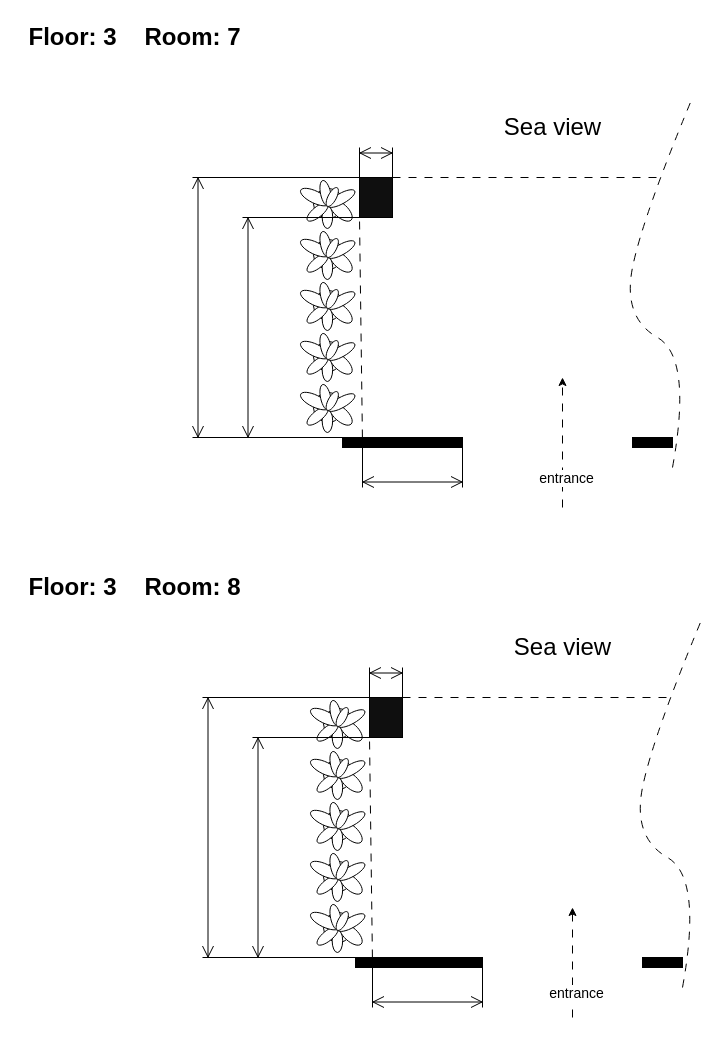
Before: Room 7-8.drawio in hdghg/heaven-balcony, a draw.io diagram. Source tidied: cells renumbered, new cells numbered last; positions are measured from the earlier drawing's top-left corner, leaving out a move shared by most shapes. Both pictures are drawn from the tidied source at 100%, with x=0, y=0 at pixel (22, 17).
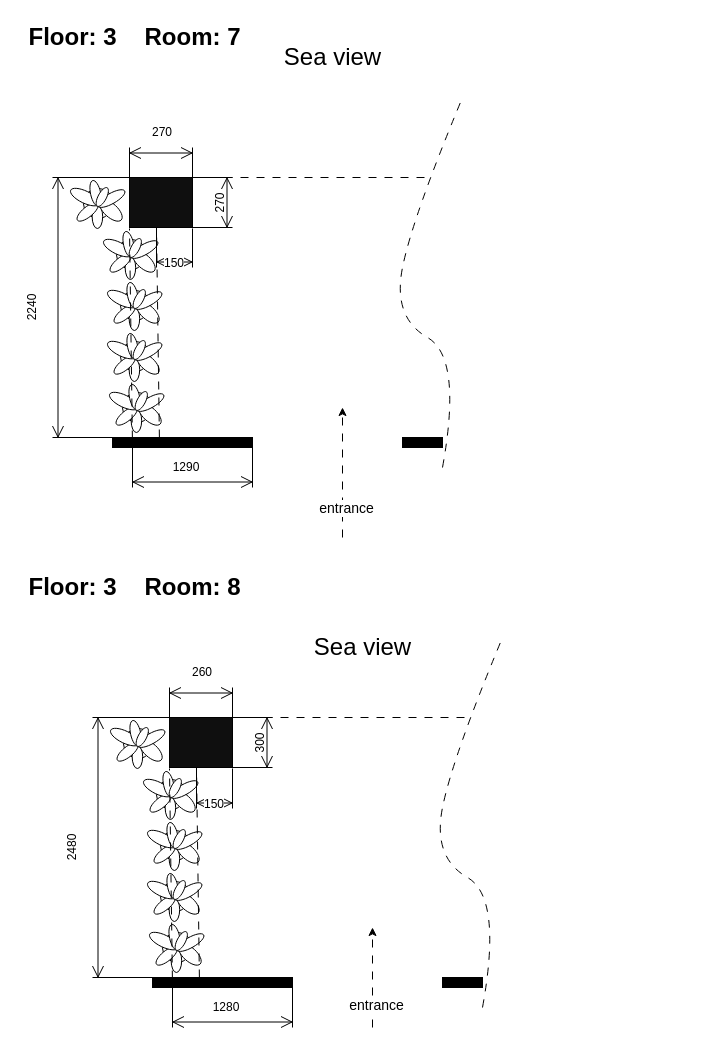
After the change.

Diff of the diagram source:
```diff
@@
-    <mxCell id="4" style="verticalLabelPosition=bottom;html=1;verticalAlign=top;align=center;shape=mxgraph.floorplan.plant;" parent="1" vertex="1">
-      <mxGeometry x="280" y="160" width="47" height="51" as="geometry" />
-    </mxCell>
-    <mxCell id="5" style="verticalLabelPosition=bottom;html=1;verticalAlign=top;align=center;shape=mxgraph.floorplan.wall;fillColor=strokeColor;" parent="1" vertex="1">
-      <mxGeometry x="610" y="420" width="40" height="10" as="geometry" />
-    </mxCell>
-    <mxCell id="6" style="verticalLabelPosition=bottom;html=1;verticalAlign=top;align=center;shape=mxgraph.floorplan.plant;" parent="1" vertex="1">
-      <mxGeometry x="280" y="262" width="47" height="51" as="geometry" />
-    </mxCell>
-    <mxCell id="7" style="verticalLabelPosition=bottom;html=1;verticalAlign=top;align=center;shape=mxgraph.floorplan.plant;" parent="1" vertex="1">
-      <mxGeometry x="280" y="211" width="47" height="51" as="geometry" />
-    </mxCell>
-    <mxCell id="8" style="verticalLabelPosition=bottom;html=1;verticalAlign=top;align=center;shape=mxgraph.floorplan.plant;" parent="1" vertex="1">
-      <mxGeometry x="280" y="313" width="47" height="51" as="geometry" />
-    </mxCell>
-    <mxCell id="9" style="verticalLabelPosition=bottom;html=1;verticalAlign=top;align=center;shape=mxgraph.floorplan.wall;fillColor=strokeColor;" parent="1" vertex="1">
-      <mxGeometry x="320" y="420" width="120" height="10" as="geometry" />
-    </mxCell>
-    <mxCell id="10" style="verticalLabelPosition=bottom;html=1;verticalAlign=top;align=center;shape=mxgraph.floorplan.plant;" parent="1" vertex="1">
-      <mxGeometry x="280" y="364" width="47" height="51" as="geometry" />
-    </mxCell>
-    <mxCell id="11" style="rounded=0;whiteSpace=wrap;html=1;fillColor=#0F0F0F;" parent="1" vertex="1">
-      <mxGeometry x="337" y="160" width="33" height="40" as="geometry" />
-    </mxCell>
-    <mxCell id="12" value="Sea view" style="text;strokeColor=none;fillColor=none;html=1;fontSize=24;fontStyle=0;verticalAlign=middle;align=center;" parent="1" vertex="1">
-      <mxGeometry x="480" y="90" width="100" height="40" as="geometry" />
-    </mxCell>
-    <mxCell id="13" style="endArrow=classic;html=1;rounded=0;dashed=1;dashPattern=8 8;" parent="1" edge="1">
-      <mxGeometry relative="1" as="geometry">
-        <mxPoint x="540" y="490" as="sourcePoint" />
-        <mxPoint x="540" y="360" as="targetPoint" />
-      </mxGeometry>
-    </mxCell>
-    <mxCell id="14" value="entrance" style="edgeLabel;html=1;align=center;verticalAlign=middle;fontSize=14;" parent="13" vertex="1">
-      <mxGeometry x="-0.54" y="-3" relative="1" as="geometry" />
-    </mxCell>
-    <mxCell id="15" style="shape=dimension;direction=south;whiteSpace=wrap;html=1;align=left;points=[];verticalAlign=middle;labelBackgroundColor=#ffffff;fillColor=#0F0F0F;" parent="1" vertex="1">
-      <mxGeometry x="170" y="160" width="180" height="260" as="geometry" />
-    </mxCell>
-    <mxCell id="16" style="shape=dimension;direction=west;whiteSpace=wrap;html=1;align=center;verticalAlign=top;spacingTop=-8;labelBackgroundColor=#ffffff;fillColor=#0F0F0F;" parent="1" vertex="1">
-      <mxGeometry x="337" y="130" width="33" height="30" as="geometry" />
-    </mxCell>
-    <mxCell id="17" style="endArrow=none;dashed=1;html=1;rounded=0;dashPattern=8 8;exitX=1;exitY=0;exitDx=0;exitDy=0;" parent="1" edge="1" source="11">
-      <mxGeometry relative="1" as="geometry">
-        <mxPoint x="640" y="160" as="targetPoint" />
-      </mxGeometry>
-    </mxCell>
-    <mxCell id="18" style="endArrow=none;dashed=1;html=1;rounded=0;dashPattern=8 8;entryX=0;entryY=1;entryDx=0;entryDy=0;exitX=1;exitY=0.056;exitDx=0;exitDy=0;exitPerimeter=0;" parent="1" edge="1" source="15" target="11">
-      <mxGeometry relative="1" as="geometry" />
-    </mxCell>
-    <mxCell id="19" style="curved=1;endArrow=none;html=1;rounded=0;dashed=1;dashPattern=8 8;strokeColor=default;endFill=0;" parent="1" edge="1">
-      <mxGeometry relative="1" as="geometry">
-        <mxPoint x="650" y="450" as="sourcePoint" />
-        <mxPoint x="670" y="80" as="targetPoint" />
-        <Array as="points">
-          <mxPoint x="670" y="340" />
-          <mxPoint x="600" y="300" />
-          <mxPoint x="620" y="200" />
-        </Array>
-      </mxGeometry>
-    </mxCell>
-    <mxCell id="20" style="verticalLabelPosition=bottom;html=1;verticalAlign=top;align=center;shape=mxgraph.floorplan.plant;" parent="1" vertex="1">
-      <mxGeometry x="290" y="680" width="47" height="51" as="geometry" />
-    </mxCell>
-    <mxCell id="21" style="verticalLabelPosition=bottom;html=1;verticalAlign=top;align=center;shape=mxgraph.floorplan.wall;fillColor=strokeColor;" parent="1" vertex="1">
-      <mxGeometry x="620" y="940" width="40" height="10" as="geometry" />
-    </mxCell>
-    <mxCell id="22" style="verticalLabelPosition=bottom;html=1;verticalAlign=top;align=center;shape=mxgraph.floorplan.plant;" parent="1" vertex="1">
-      <mxGeometry x="290" y="782" width="47" height="51" as="geometry" />
-    </mxCell>
-    <mxCell id="23" style="verticalLabelPosition=bottom;html=1;verticalAlign=top;align=center;shape=mxgraph.floorplan.plant;" parent="1" vertex="1">
-      <mxGeometry x="290" y="731" width="47" height="51" as="geometry" />
-    </mxCell>
-    <mxCell id="24" style="verticalLabelPosition=bottom;html=1;verticalAlign=top;align=center;shape=mxgraph.floorplan.plant;" parent="1" vertex="1">
-      <mxGeometry x="290" y="833" width="47" height="51" as="geometry" />
-    </mxCell>
-    <mxCell id="25" style="verticalLabelPosition=bottom;html=1;verticalAlign=top;align=center;shape=mxgraph.floorplan.wall;fillColor=strokeColor;" parent="1" vertex="1">
-      <mxGeometry x="333" y="940" width="127" height="10" as="geometry" />
-    </mxCell>
-    <mxCell id="26" style="verticalLabelPosition=bottom;html=1;verticalAlign=top;align=center;shape=mxgraph.floorplan.plant;" parent="1" vertex="1">
-      <mxGeometry x="290" y="884" width="47" height="51" as="geometry" />
-    </mxCell>
-    <mxCell id="27" style="rounded=0;whiteSpace=wrap;html=1;fillColor=#0F0F0F;" parent="1" vertex="1">
-      <mxGeometry x="347" y="680" width="33" height="40" as="geometry" />
-    </mxCell>
-    <mxCell id="28" value="Sea view" style="text;strokeColor=none;fillColor=none;html=1;fontSize=24;fontStyle=0;verticalAlign=middle;align=center;" parent="1" vertex="1">
-      <mxGeometry x="490" y="610" width="100" height="40" as="geometry" />
-    </mxCell>
-    <mxCell id="29" style="endArrow=classic;html=1;rounded=0;dashed=1;dashPattern=8 8;" parent="1" edge="1">
-      <mxGeometry relative="1" as="geometry">
-        <mxPoint x="550" y="1000" as="sourcePoint" />
-        <mxPoint x="550" y="890" as="targetPoint" />
-      </mxGeometry>
-    </mxCell>
-    <mxCell id="30" value="entrance" style="edgeLabel;html=1;align=center;verticalAlign=middle;fontSize=14;" parent="29" vertex="1">
-      <mxGeometry x="-0.54" y="-3" relative="1" as="geometry" />
-    </mxCell>
-    <mxCell id="31" style="shape=dimension;direction=south;whiteSpace=wrap;html=1;align=left;points=[];verticalAlign=middle;labelBackgroundColor=#ffffff;fillColor=#0F0F0F;" parent="1" vertex="1">
-      <mxGeometry x="180" y="680" width="180" height="260" as="geometry" />
-    </mxCell>
-    <mxCell id="32" style="shape=dimension;direction=south;whiteSpace=wrap;html=1;align=left;verticalAlign=middle;labelBackgroundColor=#ffffff;fillColor=#0F0F0F;" parent="1" vertex="1">
-      <mxGeometry x="230" y="720" width="120" height="220" as="geometry" />
-    </mxCell>
-    <mxCell id="33" style="shape=dimension;direction=west;whiteSpace=wrap;html=1;align=center;verticalAlign=top;spacingTop=-8;labelBackgroundColor=#ffffff;fillColor=#0F0F0F;" parent="1" vertex="1">
-      <mxGeometry x="347" y="650" width="33" height="30" as="geometry" />
-    </mxCell>
-    <mxCell id="34" style="endArrow=none;dashed=1;html=1;rounded=0;dashPattern=8 8;exitX=1;exitY=0;exitDx=0;exitDy=0;" parent="1" edge="1" source="27">
-      <mxGeometry relative="1" as="geometry">
-        <mxPoint x="650" y="680" as="targetPoint" />
-      </mxGeometry>
-    </mxCell>
-    <mxCell id="35" style="endArrow=none;dashed=1;html=1;rounded=0;dashPattern=8 8;entryX=0;entryY=1;entryDx=0;entryDy=0;exitX=1;exitY=0.056;exitDx=0;exitDy=0;exitPerimeter=0;" parent="1" edge="1" source="31" target="27">
-      <mxGeometry relative="1" as="geometry" />
-    </mxCell>
-    <mxCell id="36" style="curved=1;endArrow=none;html=1;rounded=0;dashed=1;dashPattern=8 8;strokeColor=default;endFill=0;" parent="1" edge="1">
-      <mxGeometry relative="1" as="geometry">
-        <mxPoint x="660" y="970" as="sourcePoint" />
-        <mxPoint x="680" y="600" as="targetPoint" />
-        <Array as="points">
-          <mxPoint x="680" y="860" />
-          <mxPoint x="610" y="820" />
-          <mxPoint x="630" y="720" />
-        </Array>
-      </mxGeometry>
-    </mxCell>
@@
-    <mxCell id="39" style="shape=dimension;whiteSpace=wrap;html=1;align=center;verticalAlign=bottom;spacingBottom=-5;labelBackgroundColor=#ffffff;fontSize=14;fillColor=#0F0F0F;" parent="1" vertex="1">
-      <mxGeometry x="340" y="430" width="100" height="40" as="geometry" />
-    </mxCell>
-    <mxCell id="40" style="shape=dimension;direction=south;whiteSpace=wrap;html=1;align=left;verticalAlign=middle;labelBackgroundColor=#ffffff;fillColor=#0F0F0F;" parent="1" vertex="1">
-      <mxGeometry x="220" y="200" width="120" height="220" as="geometry" />
-    </mxCell>
-    <mxCell id="41" style="shape=dimension;whiteSpace=wrap;html=1;align=center;verticalAlign=bottom;spacingBottom=-5;labelBackgroundColor=#ffffff;fontSize=14;fillColor=#0F0F0F;" parent="1" vertex="1">
-      <mxGeometry x="350" y="950" width="110" height="40" as="geometry" />
-    </mxCell>
+    <mxCell id="42" style="verticalLabelPosition=bottom;html=1;verticalAlign=top;align=center;shape=mxgraph.floorplan.plant;" parent="1" vertex="1">
+      <mxGeometry x="50" y="160" width="47" height="51" as="geometry" />
+    </mxCell>
+    <mxCell id="43" style="verticalLabelPosition=bottom;html=1;verticalAlign=top;align=center;shape=mxgraph.floorplan.wall;fillColor=strokeColor;" parent="1" vertex="1">
+      <mxGeometry x="380" y="420" width="40" height="10" as="geometry" />
+    </mxCell>
+    <mxCell id="44" style="verticalLabelPosition=bottom;html=1;verticalAlign=top;align=center;shape=mxgraph.floorplan.plant;" parent="1" vertex="1">
+      <mxGeometry x="87" y="262" width="47" height="51" as="geometry" />
+    </mxCell>
+    <mxCell id="45" style="verticalLabelPosition=bottom;html=1;verticalAlign=top;align=center;shape=mxgraph.floorplan.plant;" parent="1" vertex="1">
+      <mxGeometry x="87" y="313" width="47" height="51" as="geometry" />
+    </mxCell>
+    <mxCell id="46" style="verticalLabelPosition=bottom;html=1;verticalAlign=top;align=center;shape=mxgraph.floorplan.wall;fillColor=strokeColor;" parent="1" vertex="1">
+      <mxGeometry x="90" y="420" width="140" height="10" as="geometry" />
+    </mxCell>
+    <mxCell id="47" style="verticalLabelPosition=bottom;html=1;verticalAlign=top;align=center;shape=mxgraph.floorplan.plant;" parent="1" vertex="1">
+      <mxGeometry x="89" y="364" width="47" height="51" as="geometry" />
+    </mxCell>
+    <mxCell id="48" style="rounded=0;whiteSpace=wrap;html=1;fillColor=#0F0F0F;" parent="1" vertex="1">
+      <mxGeometry x="107" y="160" width="63" height="50" as="geometry" />
+    </mxCell>
+    <mxCell id="49" value="Sea view" style="text;strokeColor=none;fillColor=none;html=1;fontSize=24;fontStyle=0;verticalAlign=middle;align=center;" parent="1" vertex="1">
+      <mxGeometry x="260" y="20" width="100" height="40" as="geometry" />
+    </mxCell>
+    <mxCell id="50" style="endArrow=classic;html=1;rounded=0;dashed=1;dashPattern=8 8;" parent="1" edge="1">
+      <mxGeometry relative="1" as="geometry">
+        <mxPoint x="320" y="520" as="sourcePoint" />
+        <mxPoint x="320" y="390" as="targetPoint" />
+      </mxGeometry>
+    </mxCell>
+    <mxCell id="51" value="entrance" style="edgeLabel;html=1;align=center;verticalAlign=middle;fontSize=14;" parent="50" vertex="1">
+      <mxGeometry x="-0.54" y="-3" relative="1" as="geometry" />
+    </mxCell>
+    <mxCell id="52" style="shape=dimension;direction=south;whiteSpace=wrap;html=1;align=left;verticalAlign=middle;labelBackgroundColor=#ffffff;fillColor=#0F0F0F;" parent="1" vertex="1">
+      <mxGeometry x="30" y="160" width="90" height="260" as="geometry" />
+    </mxCell>
+    <mxCell id="53" style="shape=dimension;direction=west;whiteSpace=wrap;html=1;align=center;verticalAlign=top;spacingTop=-8;labelBackgroundColor=#ffffff;fillColor=#0F0F0F;" parent="1" vertex="1">
+      <mxGeometry x="107" y="130" width="63" height="30" as="geometry" />
+    </mxCell>
+    <mxCell id="54" style="endArrow=none;dashed=1;html=1;rounded=0;dashPattern=8 8;exitX=1;exitY=0;exitDx=0;exitDy=0;" parent="1" edge="1" source="48">
+      <mxGeometry relative="1" as="geometry">
+        <mxPoint x="410" y="160" as="targetPoint" />
+      </mxGeometry>
+    </mxCell>
+    <mxCell id="55" style="curved=1;endArrow=none;html=1;rounded=0;dashed=1;dashPattern=8 8;strokeColor=default;endFill=0;" parent="1" edge="1">
+      <mxGeometry relative="1" as="geometry">
+        <mxPoint x="420" y="450" as="sourcePoint" />
+        <mxPoint x="440" y="80" as="targetPoint" />
+        <Array as="points">
+          <mxPoint x="440" y="340" />
+          <mxPoint x="370" y="300" />
+          <mxPoint x="390" y="200" />
+        </Array>
+      </mxGeometry>
+    </mxCell>
+    <mxCell id="56" style="shape=dimension;whiteSpace=wrap;html=1;align=center;verticalAlign=bottom;spacingBottom=-5;labelBackgroundColor=#ffffff;fontSize=14;fillColor=#0F0F0F;" parent="1" vertex="1">
+      <mxGeometry x="110" y="430" width="120" height="40" as="geometry" />
+    </mxCell>
+    <mxCell id="57" value="2240" style="text;html=1;strokeColor=none;fillColor=none;align=center;verticalAlign=middle;whiteSpace=wrap;rounded=0;rotation=270;" parent="1" vertex="1">
+      <mxGeometry x="-20" y="275" width="60" height="30" as="geometry" />
+    </mxCell>
+    <mxCell id="58" style="endArrow=none;dashed=1;html=1;rounded=0;dashPattern=8 8;entryX=0;entryY=1;entryDx=0;entryDy=0;exitX=1;exitY=0.056;exitDx=0;exitDy=0;exitPerimeter=0;" parent="1" edge="1">
+      <mxGeometry relative="1" as="geometry">
+        <mxPoint x="136.9" y="420" as="sourcePoint" />
+        <mxPoint x="134" y="210" as="targetPoint" />
+      </mxGeometry>
+    </mxCell>
+    <mxCell id="59" style="verticalLabelPosition=bottom;html=1;verticalAlign=top;align=center;shape=mxgraph.floorplan.plant;" parent="1" vertex="1">
+      <mxGeometry x="83" y="211" width="47" height="51" as="geometry" />
+    </mxCell>
+    <mxCell id="60" value="270" style="text;html=1;strokeColor=none;fillColor=none;align=center;verticalAlign=middle;whiteSpace=wrap;rounded=0;" parent="1" vertex="1">
+      <mxGeometry x="110" y="100" width="60" height="30" as="geometry" />
+    </mxCell>
+    <mxCell id="61" value="1290" style="text;html=1;strokeColor=none;fillColor=none;align=center;verticalAlign=middle;whiteSpace=wrap;rounded=0;" parent="1" vertex="1">
+      <mxGeometry x="134" y="435" width="60" height="30" as="geometry" />
+    </mxCell>
+    <mxCell id="62" value="150" style="shape=dimension;whiteSpace=wrap;html=1;align=center;verticalAlign=bottom;spacingBottom=-5;labelBackgroundColor=#ffffff;" parent="1" vertex="1">
+      <mxGeometry x="134" y="211" width="36" height="39" as="geometry" />
+    </mxCell>
+    <mxCell id="63" style="endArrow=none;dashed=1;html=1;rounded=0;dashPattern=8 8;entryX=0;entryY=1;entryDx=0;entryDy=0;exitX=1;exitY=0.056;exitDx=0;exitDy=0;exitPerimeter=0;" parent="1" edge="1">
+      <mxGeometry relative="1" as="geometry">
+        <mxPoint x="109.9" y="421" as="sourcePoint" />
+        <mxPoint x="107" y="211" as="targetPoint" />
+      </mxGeometry>
+    </mxCell>
+    <mxCell id="64" style="shape=dimension;direction=north;whiteSpace=wrap;html=1;align=right;verticalAlign=middle;labelBackgroundColor=#ffffff;" parent="1" vertex="1">
+      <mxGeometry x="170" y="160" width="40" height="50" as="geometry" />
+    </mxCell>
+    <mxCell id="65" value="270" style="text;html=1;strokeColor=none;fillColor=none;align=center;verticalAlign=middle;whiteSpace=wrap;rounded=0;rotation=270;" parent="1" vertex="1">
+      <mxGeometry x="167" y="170.5" width="60" height="30" as="geometry" />
+    </mxCell>
+    <mxCell id="66" style="verticalLabelPosition=bottom;html=1;verticalAlign=top;align=center;shape=mxgraph.floorplan.plant;" parent="1" vertex="1">
+      <mxGeometry x="90" y="700" width="47" height="51" as="geometry" />
+    </mxCell>
+    <mxCell id="67" style="verticalLabelPosition=bottom;html=1;verticalAlign=top;align=center;shape=mxgraph.floorplan.wall;fillColor=strokeColor;" parent="1" vertex="1">
+      <mxGeometry x="420" y="960" width="40" height="10" as="geometry" />
+    </mxCell>
+    <mxCell id="68" style="verticalLabelPosition=bottom;html=1;verticalAlign=top;align=center;shape=mxgraph.floorplan.plant;" parent="1" vertex="1">
+      <mxGeometry x="127" y="802" width="47" height="51" as="geometry" />
+    </mxCell>
+    <mxCell id="69" style="verticalLabelPosition=bottom;html=1;verticalAlign=top;align=center;shape=mxgraph.floorplan.plant;" parent="1" vertex="1">
+      <mxGeometry x="127" y="853" width="47" height="51" as="geometry" />
+    </mxCell>
+    <mxCell id="70" style="verticalLabelPosition=bottom;html=1;verticalAlign=top;align=center;shape=mxgraph.floorplan.wall;fillColor=strokeColor;" parent="1" vertex="1">
+      <mxGeometry x="130" y="960" width="140" height="10" as="geometry" />
+    </mxCell>
+    <mxCell id="71" style="verticalLabelPosition=bottom;html=1;verticalAlign=top;align=center;shape=mxgraph.floorplan.plant;" parent="1" vertex="1">
+      <mxGeometry x="129" y="904" width="47" height="51" as="geometry" />
+    </mxCell>
+    <mxCell id="72" style="rounded=0;whiteSpace=wrap;html=1;fillColor=#0F0F0F;" parent="1" vertex="1">
+      <mxGeometry x="147" y="700" width="63" height="50" as="geometry" />
+    </mxCell>
+    <mxCell id="73" value="Sea view" style="text;strokeColor=none;fillColor=none;html=1;fontSize=24;fontStyle=0;verticalAlign=middle;align=center;" parent="1" vertex="1">
+      <mxGeometry x="290" y="610" width="100" height="40" as="geometry" />
+    </mxCell>
+    <mxCell id="74" style="endArrow=classic;html=1;rounded=0;dashed=1;dashPattern=8 8;" parent="1" edge="1">
+      <mxGeometry relative="1" as="geometry">
+        <mxPoint x="350" y="1010" as="sourcePoint" />
+        <mxPoint x="350" y="910" as="targetPoint" />
+      </mxGeometry>
+    </mxCell>
+    <mxCell id="75" value="entrance" style="edgeLabel;html=1;align=center;verticalAlign=middle;fontSize=14;" parent="74" vertex="1">
+      <mxGeometry x="-0.54" y="-3" relative="1" as="geometry" />
+    </mxCell>
+    <mxCell id="76" style="shape=dimension;direction=south;whiteSpace=wrap;html=1;align=left;verticalAlign=middle;labelBackgroundColor=#ffffff;fillColor=#0F0F0F;" parent="1" vertex="1">
+      <mxGeometry x="70" y="700" width="90" height="260" as="geometry" />
+    </mxCell>
+    <mxCell id="77" style="shape=dimension;direction=west;whiteSpace=wrap;html=1;align=center;verticalAlign=top;spacingTop=-8;labelBackgroundColor=#ffffff;fillColor=#0F0F0F;" parent="1" vertex="1">
+      <mxGeometry x="147" y="670" width="63" height="30" as="geometry" />
+    </mxCell>
+    <mxCell id="78" style="endArrow=none;dashed=1;html=1;rounded=0;dashPattern=8 8;exitX=1;exitY=0;exitDx=0;exitDy=0;" parent="1" edge="1" source="72">
+      <mxGeometry relative="1" as="geometry">
+        <mxPoint x="450" y="700" as="targetPoint" />
+      </mxGeometry>
+    </mxCell>
+    <mxCell id="79" style="curved=1;endArrow=none;html=1;rounded=0;dashed=1;dashPattern=8 8;strokeColor=default;endFill=0;" parent="1" edge="1">
+      <mxGeometry relative="1" as="geometry">
+        <mxPoint x="460" y="990" as="sourcePoint" />
+        <mxPoint x="480" y="620" as="targetPoint" />
+        <Array as="points">
+          <mxPoint x="480" y="880" />
+          <mxPoint x="410" y="840" />
+          <mxPoint x="430" y="740" />
+        </Array>
+      </mxGeometry>
+    </mxCell>
+    <mxCell id="80" style="shape=dimension;whiteSpace=wrap;html=1;align=center;verticalAlign=bottom;spacingBottom=-5;labelBackgroundColor=#ffffff;fontSize=14;fillColor=#0F0F0F;" parent="1" vertex="1">
+      <mxGeometry x="150" y="970" width="120" height="40" as="geometry" />
+    </mxCell>
+    <mxCell id="81" value="2480" style="text;html=1;strokeColor=none;fillColor=none;align=center;verticalAlign=middle;whiteSpace=wrap;rounded=0;rotation=270;" parent="1" vertex="1">
+      <mxGeometry x="20" y="815" width="60" height="30" as="geometry" />
+    </mxCell>
+    <mxCell id="82" style="endArrow=none;dashed=1;html=1;rounded=0;dashPattern=8 8;entryX=0;entryY=1;entryDx=0;entryDy=0;exitX=1;exitY=0.056;exitDx=0;exitDy=0;exitPerimeter=0;" parent="1" edge="1">
+      <mxGeometry relative="1" as="geometry">
+        <mxPoint x="176.9" y="960" as="sourcePoint" />
+        <mxPoint x="174" y="750" as="targetPoint" />
+      </mxGeometry>
+    </mxCell>
+    <mxCell id="83" style="verticalLabelPosition=bottom;html=1;verticalAlign=top;align=center;shape=mxgraph.floorplan.plant;" parent="1" vertex="1">
+      <mxGeometry x="123" y="751" width="47" height="51" as="geometry" />
+    </mxCell>
+    <mxCell id="84" value="260" style="text;html=1;strokeColor=none;fillColor=none;align=center;verticalAlign=middle;whiteSpace=wrap;rounded=0;" parent="1" vertex="1">
+      <mxGeometry x="150" y="640" width="60" height="30" as="geometry" />
+    </mxCell>
+    <mxCell id="85" value="1280" style="text;html=1;strokeColor=none;fillColor=none;align=center;verticalAlign=middle;whiteSpace=wrap;rounded=0;" parent="1" vertex="1">
+      <mxGeometry x="174" y="975" width="60" height="30" as="geometry" />
+    </mxCell>
+    <mxCell id="86" value="150" style="shape=dimension;whiteSpace=wrap;html=1;align=center;verticalAlign=bottom;spacingBottom=-5;labelBackgroundColor=#ffffff;" parent="1" vertex="1">
+      <mxGeometry x="174" y="751" width="36" height="40" as="geometry" />
+    </mxCell>
+    <mxCell id="87" style="endArrow=none;dashed=1;html=1;rounded=0;dashPattern=8 8;entryX=0;entryY=1;entryDx=0;entryDy=0;exitX=1;exitY=0.056;exitDx=0;exitDy=0;exitPerimeter=0;" parent="1" edge="1">
+      <mxGeometry relative="1" as="geometry">
+        <mxPoint x="149.9" y="961" as="sourcePoint" />
+        <mxPoint x="147" y="751" as="targetPoint" />
+      </mxGeometry>
+    </mxCell>
+    <mxCell id="88" style="shape=dimension;direction=north;whiteSpace=wrap;html=1;align=right;verticalAlign=middle;labelBackgroundColor=#ffffff;" parent="1" vertex="1">
+      <mxGeometry x="210" y="700" width="40" height="50" as="geometry" />
+    </mxCell>
+    <mxCell id="89" value="300" style="text;html=1;strokeColor=none;fillColor=none;align=center;verticalAlign=middle;whiteSpace=wrap;rounded=0;rotation=270;" parent="1" vertex="1">
+      <mxGeometry x="207" y="710.5" width="60" height="30" as="geometry" />
+    </mxCell>
```
